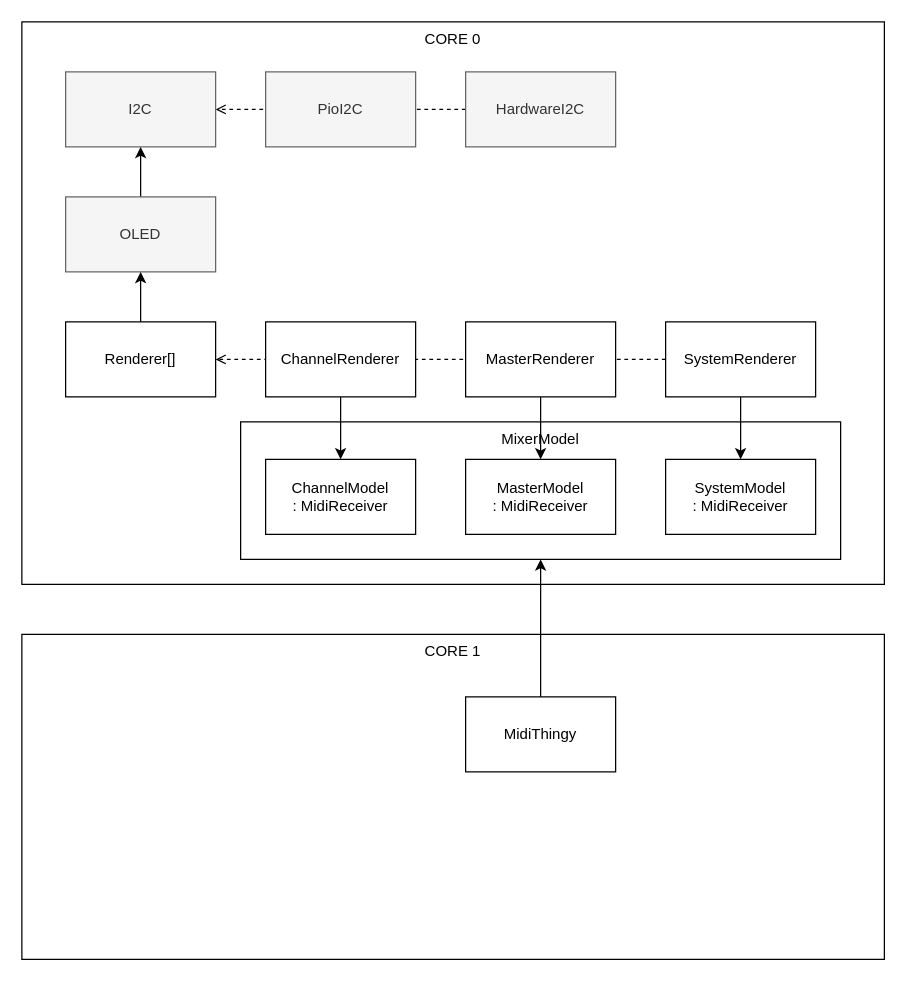
Above: mixer rendering architecture.drawio in burtonrodman/pico-oled-pio-cpp (draw.io), before the change. Source tidied: cells renumbered, new cells numbered last; positions are measured from the earlier drawing's top-left corner, leaving out a move shared by most shapes. Both pictures are drawn from the tidied source at 125%, with x=0, y=0 at pixel (21, 21).
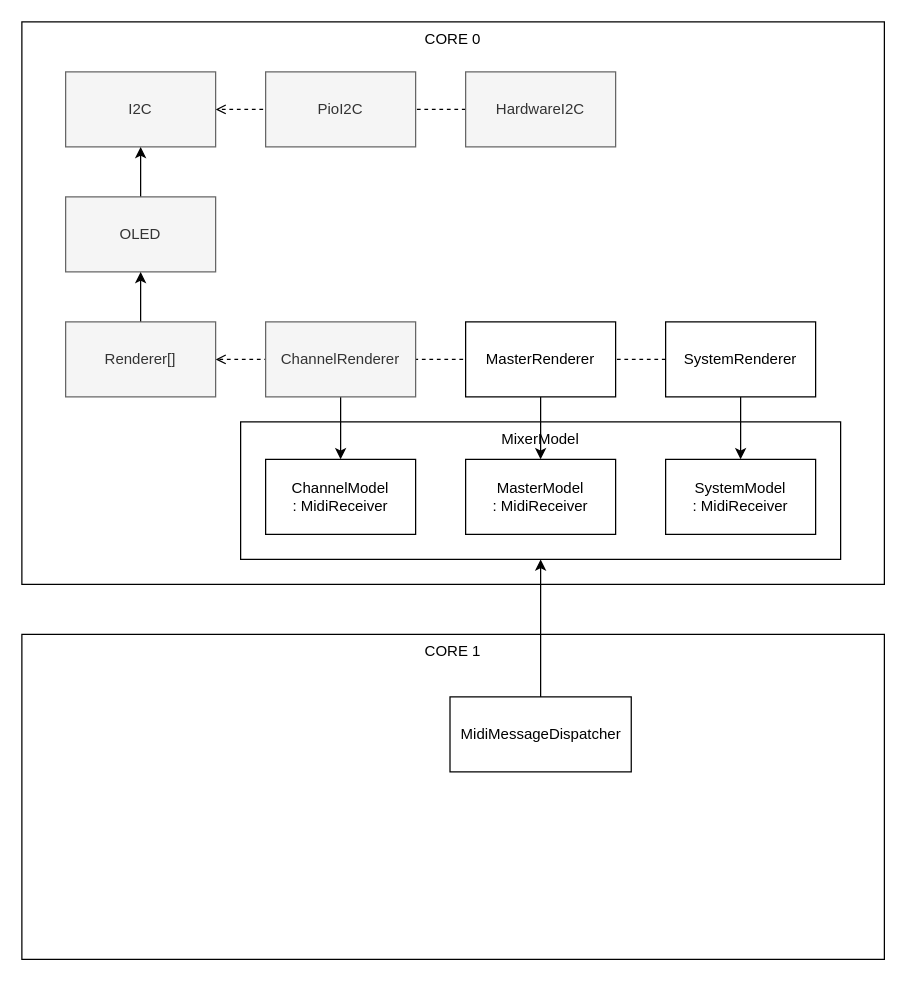
Above is the later version.

Diff of the diagram source:
```diff
@@
-    <mxCell id="13" value="Renderer[]" style="rounded=0;whiteSpace=wrap;html=1;" parent="1" vertex="1">
+    <mxCell id="13" value="Renderer[]" style="rounded=0;whiteSpace=wrap;html=1;fillColor=#f5f5f5;fontColor=#333333;strokeColor=#666666;" parent="1" vertex="1">
       <mxGeometry x="35" y="240" width="120" height="60" as="geometry" />
     </mxCell>
@@
-    <mxCell id="15" value="ChannelRenderer" style="rounded=0;whiteSpace=wrap;html=1;" parent="1" vertex="1">
+    <mxCell id="15" value="ChannelRenderer" style="rounded=0;whiteSpace=wrap;html=1;fillColor=#f5f5f5;fontColor=#333333;strokeColor=#666666;" parent="1" vertex="1">
       <mxGeometry x="195" y="240" width="120" height="60" as="geometry" />
     </mxCell>
@@
-    <mxCell id="24" value="MidiThingy" style="rounded=0;whiteSpace=wrap;html=1;" parent="1" vertex="1">
-      <mxGeometry x="355" y="540" width="120" height="60" as="geometry" />
+    <mxCell id="24" value="MidiMessageDispatcher" style="rounded=0;whiteSpace=wrap;html=1;" parent="1" vertex="1">
+      <mxGeometry x="342.5" y="540" width="145" height="60" as="geometry" />
     </mxCell>
```
